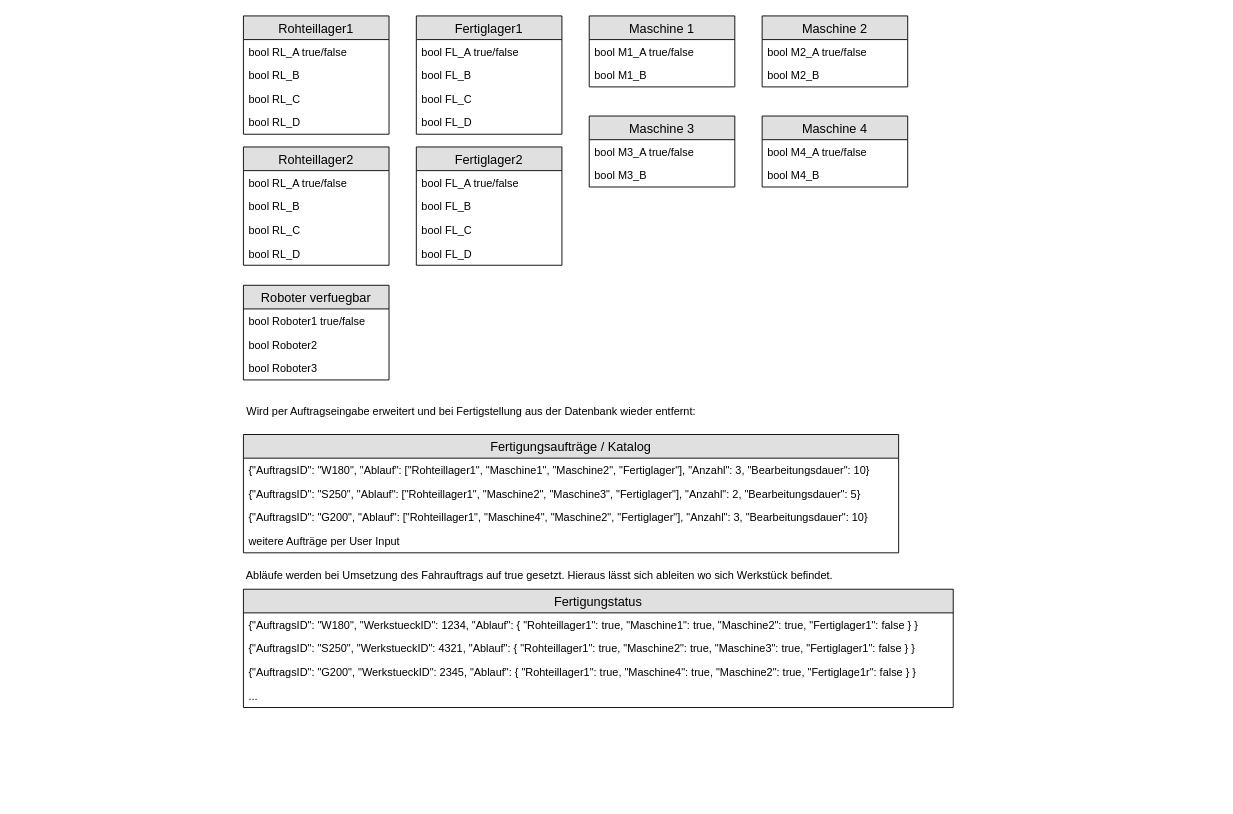
Earlier version of the draw.io diagram page "Page-2" (2 of 2) of Planung/ER_diagramme.drawio (Nuramon4/Gewerk1). Source tidied: cells renumbered, new cells numbered last; positions are measured from the earlier drawing's top-left corner, leaving out a move shared by most shapes. Both pictures are drawn from the tidied source at 91%, with x=0, y=0 at pixel (234, 15).
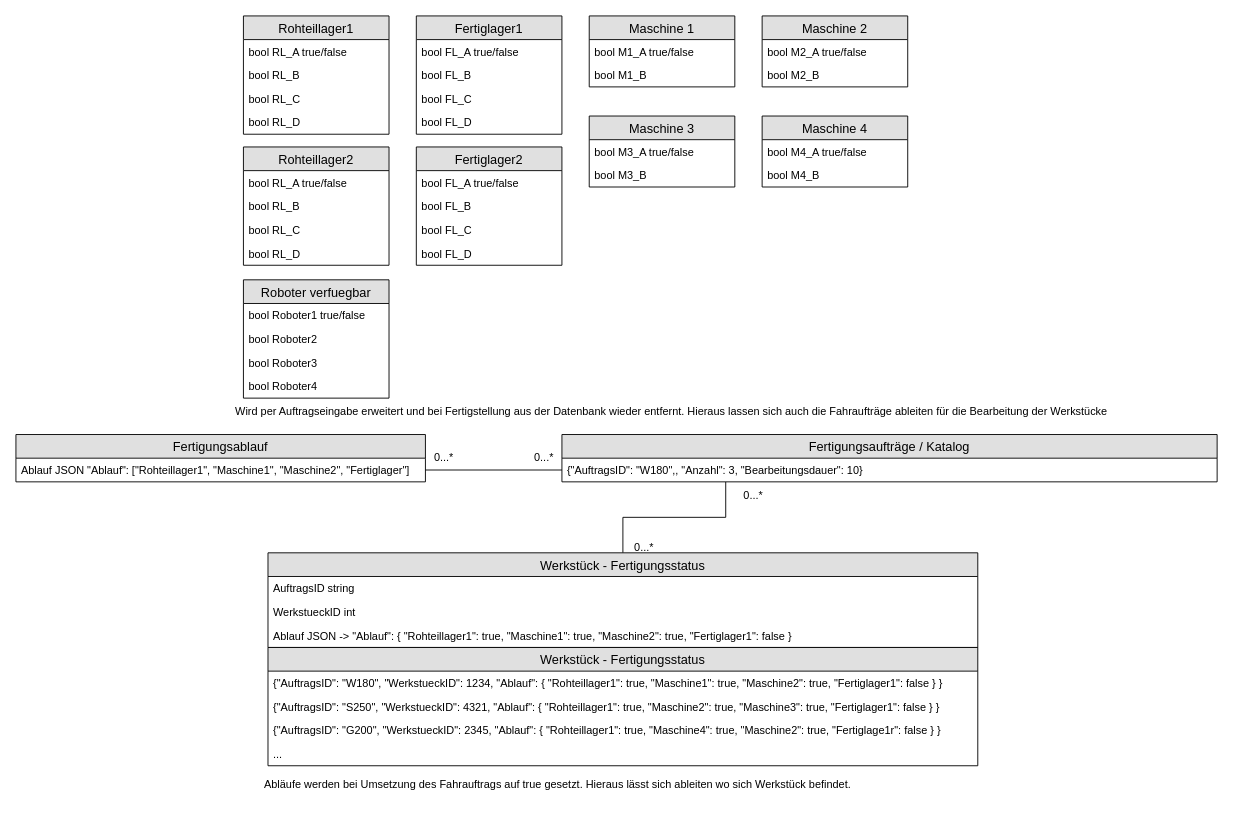
The same diagram, later.

What changed in the source:
```diff
@@
     <mxCell id="24" value="Roboter verfuegbar" style="swimlane;fontStyle=0;horizontal=1;startSize=26;fillColor=#e0e0e0;swimlaneFillColor=#ffffff;align=center;fontSize=14;" parent="1" vertex="1">
-      <mxGeometry x="10" y="296" width="160" height="104" as="geometry" />
+      <mxGeometry x="10" y="290" width="160" height="130" as="geometry" />
     </mxCell>
@@
+    <mxCell id="50" value="bool Roboter4" style="text;strokeColor=none;fillColor=none;spacingLeft=4;spacingRight=4;overflow=hidden;fontSize=12;" parent="24" vertex="1">
+      <mxGeometry y="104" width="160" height="26" as="geometry" />
+    </mxCell>
+    <mxCell id="51" style="edgeStyle=orthogonalEdgeStyle;rounded=0;jettySize=auto;html=1;exitX=0.25;exitY=1;exitDx=0;exitDy=0;entryX=0.5;entryY=0;entryDx=0;entryDy=0;endArrow=none;endFill=0;" parent="1" edge="1" source="28" target="44">
+      <mxGeometry relative="1" as="geometry" />
+    </mxCell>
     <mxCell id="28" value="Fertigungsaufträge / Katalog" style="swimlane;fontStyle=0;horizontal=1;startSize=26;fillColor=#e0e0e0;swimlaneFillColor=#ffffff;align=center;fontSize=14;" parent="1" vertex="1">
-      <mxGeometry x="10" y="460" width="720" height="130" as="geometry" />
+      <mxGeometry x="360" y="460" width="720" height="52" as="geometry" />
     </mxCell>
-    <mxCell id="29" value="{&quot;AuftragsID&quot;: &quot;W180&quot;, &quot;Ablauf&quot;: [&quot;Rohteillager1&quot;, &quot;Maschine1&quot;, &quot;Maschine2&quot;, &quot;Fertiglager&quot;], &quot;Anzahl&quot;: 3, &quot;Bearbeitungsdauer&quot;: 10}" style="text;strokeColor=none;fillColor=none;spacingLeft=4;spacingRight=4;overflow=hidden;points=[[0,0.5],[1,0.5]];portConstraint=eastwest;fontSize=12;" parent="28" vertex="1">
+    <mxCell id="29" value="{&quot;AuftragsID&quot;: &quot;W180&quot;,, &quot;Anzahl&quot;: 3, &quot;Bearbeitungsdauer&quot;: 10}" style="text;strokeColor=none;fillColor=none;spacingLeft=4;spacingRight=4;overflow=hidden;points=[[0,0.5],[1,0.5]];portConstraint=eastwest;fontSize=12;" parent="28" vertex="1">
       <mxGeometry y="26" width="720" height="26" as="geometry" />
     </mxCell>
-    <mxCell id="30" value="{&quot;AuftragsID&quot;: &quot;S250&quot;, &quot;Ablauf&quot;: [&quot;Rohteillager1&quot;, &quot;Maschine2&quot;, &quot;Maschine3&quot;, &quot;Fertiglager&quot;], &quot;Anzahl&quot;: 2, &quot;Bearbeitungsdauer&quot;: 5}" style="text;strokeColor=none;fillColor=none;spacingLeft=4;spacingRight=4;overflow=hidden;fontSize=12;" parent="28" vertex="1">
-      <mxGeometry y="52" width="720" height="26" as="geometry" />
-    </mxCell>
-    <mxCell id="31" value="{&quot;AuftragsID&quot;: &quot;G200&quot;, &quot;Ablauf&quot;: [&quot;Rohteillager1&quot;, &quot;Maschine4&quot;, &quot;Maschine2&quot;, &quot;Fertiglager&quot;], &quot;Anzahl&quot;: 3, &quot;Bearbeitungsdauer&quot;: 10}" style="text;strokeColor=none;fillColor=none;spacingLeft=4;spacingRight=4;overflow=hidden;fontSize=12;" parent="28" vertex="1">
-      <mxGeometry y="78" width="720" height="26" as="geometry" />
-    </mxCell>
-    <mxCell id="32" value="weitere Aufträge per User Input" style="text;strokeColor=none;fillColor=none;spacingLeft=4;spacingRight=4;overflow=hidden;fontSize=12;" parent="28" vertex="1">
-      <mxGeometry y="104" width="720" height="26" as="geometry" />
-    </mxCell>
-    <mxCell id="33" value="Wird per Auftragseingabe erweitert und bei Fertigstellung aus der Datenbank wieder entfernt:" style="text;html=1;align=center;verticalAlign=middle;strokeColor=none;fillColor=none;" parent="1" vertex="1">
-      <mxGeometry y="420" width="520" height="30" as="geometry" />
+    <mxCell id="33" value="Wird per Auftragseingabe erweitert und bei Fertigstellung aus der Datenbank wieder entfernt. Hieraus lassen sich auch die Fahraufträge ableiten für die Bearbeitung der Werkstücke" style="text;html=1;align=center;verticalAlign=middle;strokeColor=none;fillColor=none;" parent="1" vertex="1">
+      <mxGeometry x="-10" y="420" width="980" height="30" as="geometry" />
     </mxCell>
@@
-    <mxCell id="44" value="Fertigungstatus" style="swimlane;fontStyle=0;horizontal=1;startSize=26;fillColor=#e0e0e0;swimlaneFillColor=#ffffff;align=center;fontSize=14;" parent="1" vertex="1">
-      <mxGeometry x="10" y="630" width="780" height="130" as="geometry" />
+    <mxCell id="44" value="Werkstück - Fertigungsstatus" style="swimlane;fontStyle=0;horizontal=1;startSize=26;fillColor=#e0e0e0;swimlaneFillColor=#ffffff;align=center;fontSize=14;" parent="1" vertex="1">
+      <mxGeometry x="37" y="590" width="780" height="104" as="geometry" />
     </mxCell>
-    <mxCell id="45" value="{&quot;AuftragsID&quot;: &quot;W180&quot;, &quot;WerkstueckID&quot;: 1234, &quot;Ablauf&quot;: { &quot;Rohteillager1&quot;: true, &quot;Maschine1&quot;: true, &quot;Maschine2&quot;: true, &quot;Fertiglager1&quot;: false } }" style="text;strokeColor=none;fillColor=none;spacingLeft=4;spacingRight=4;overflow=hidden;fontSize=12;" parent="44" vertex="1">
+    <mxCell id="45" value="AuftragsID string" style="text;strokeColor=none;fillColor=none;spacingLeft=4;spacingRight=4;overflow=hidden;fontSize=12;" parent="44" vertex="1">
       <mxGeometry y="26" width="780" height="26" as="geometry" />
     </mxCell>
-    <mxCell id="46" value="{&quot;AuftragsID&quot;: &quot;S250&quot;, &quot;WerkstueckID&quot;: 4321, &quot;Ablauf&quot;: { &quot;Rohteillager1&quot;: true, &quot;Maschine2&quot;: true, &quot;Maschine3&quot;: true, &quot;Fertiglager1&quot;: false } }" style="text;strokeColor=none;fillColor=none;spacingLeft=4;spacingRight=4;overflow=hidden;fontSize=12;" parent="44" vertex="1">
+    <mxCell id="46" value="WerkstueckID int" style="text;strokeColor=none;fillColor=none;spacingLeft=4;spacingRight=4;overflow=hidden;fontSize=12;" parent="44" vertex="1">
       <mxGeometry y="52" width="780" height="26" as="geometry" />
     </mxCell>
-    <mxCell id="47" value="{&quot;AuftragsID&quot;: &quot;G200&quot;, &quot;WerkstueckID&quot;: 2345, &quot;Ablauf&quot;: { &quot;Rohteillager1&quot;: true, &quot;Maschine4&quot;: true, &quot;Maschine2&quot;: true, &quot;Fertiglage1r&quot;: false } }" style="text;strokeColor=none;fillColor=none;spacingLeft=4;spacingRight=4;overflow=hidden;fontSize=12;" parent="44" vertex="1">
+    <mxCell id="47" value="Ablauf JSON -&gt; &quot;Ablauf&quot;: { &quot;Rohteillager1&quot;: true, &quot;Maschine1&quot;: true, &quot;Maschine2&quot;: true, &quot;Fertiglager1&quot;: false }" style="text;strokeColor=none;fillColor=none;spacingLeft=4;spacingRight=4;overflow=hidden;fontSize=12;" parent="44" vertex="1">
       <mxGeometry y="78" width="780" height="26" as="geometry" />
     </mxCell>
+    <mxCell id="49" value="Abläufe werden bei Umsetzung des Fahrauftrags auf true gesetzt. Hieraus lässt sich ableiten wo sich Werkstück befindet." style="text;html=1;align=center;verticalAlign=middle;strokeColor=none;fillColor=none;" parent="1" vertex="1">
+      <mxGeometry x="20" y="830" width="670" height="30" as="geometry" />
+    </mxCell>
+    <mxCell id="52" value="Fertigungsablauf" style="swimlane;fontStyle=0;horizontal=1;startSize=26;fillColor=#e0e0e0;swimlaneFillColor=#ffffff;align=center;fontSize=14;" parent="1" vertex="1">
+      <mxGeometry x="-240" y="460" width="450" height="52" as="geometry" />
+    </mxCell>
+    <mxCell id="53" value="Ablauf JSON &quot;Ablauf&quot;: [&quot;Rohteillager1&quot;, &quot;Maschine1&quot;, &quot;Maschine2&quot;, &quot;Fertiglager&quot;]" style="text;strokeColor=none;fillColor=none;spacingLeft=4;spacingRight=4;overflow=hidden;points=[[0,0.5],[1,0.5]];portConstraint=eastwest;fontSize=12;" parent="52" vertex="1">
+      <mxGeometry y="26" width="450" height="26" as="geometry" />
+    </mxCell>
+    <mxCell id="54" style="edgeStyle=orthogonalEdgeStyle;rounded=0;jettySize=auto;html=1;exitX=0;exitY=0.5;exitDx=0;exitDy=0;entryX=1;entryY=0.5;entryDx=0;entryDy=0;endArrow=none;endFill=0;" parent="1" edge="1" source="29" target="53">
+      <mxGeometry relative="1" as="geometry" />
+    </mxCell>
+    <mxCell id="55" value="0...*" style="text;html=1;align=center;verticalAlign=middle;strokeColor=none;fillColor=none;" parent="1" vertex="1">
+      <mxGeometry x="210" y="471" width="40" height="30" as="geometry" />
+    </mxCell>
+    <mxCell id="56" value="0...*" style="text;html=1;align=center;verticalAlign=middle;strokeColor=none;fillColor=none;" parent="1" vertex="1">
+      <mxGeometry x="320" y="471" width="40" height="30" as="geometry" />
+    </mxCell>
+    <mxCell id="57" value="Werkstück - Fertigungsstatus" style="swimlane;fontStyle=0;horizontal=1;startSize=26;fillColor=#e0e0e0;swimlaneFillColor=#ffffff;align=center;fontSize=14;" parent="1" vertex="1">
+      <mxGeometry x="37" y="694" width="780" height="130" as="geometry" />
+    </mxCell>
+    <mxCell id="58" value="{&quot;AuftragsID&quot;: &quot;W180&quot;, &quot;WerkstueckID&quot;: 1234, &quot;Ablauf&quot;: { &quot;Rohteillager1&quot;: true, &quot;Maschine1&quot;: true, &quot;Maschine2&quot;: true, &quot;Fertiglager1&quot;: false } }" style="text;strokeColor=none;fillColor=none;spacingLeft=4;spacingRight=4;overflow=hidden;fontSize=12;" parent="57" vertex="1">
+      <mxGeometry y="26" width="780" height="26" as="geometry" />
+    </mxCell>
+    <mxCell id="59" value="{&quot;AuftragsID&quot;: &quot;S250&quot;, &quot;WerkstueckID&quot;: 4321, &quot;Ablauf&quot;: { &quot;Rohteillager1&quot;: true, &quot;Maschine2&quot;: true, &quot;Maschine3&quot;: true, &quot;Fertiglager1&quot;: false } }" style="text;strokeColor=none;fillColor=none;spacingLeft=4;spacingRight=4;overflow=hidden;fontSize=12;" parent="57" vertex="1">
+      <mxGeometry y="52" width="780" height="26" as="geometry" />
+    </mxCell>
+    <mxCell id="60" value="{&quot;AuftragsID&quot;: &quot;G200&quot;, &quot;WerkstueckID&quot;: 2345, &quot;Ablauf&quot;: { &quot;Rohteillager1&quot;: true, &quot;Maschine4&quot;: true, &quot;Maschine2&quot;: true, &quot;Fertiglage1r&quot;: false } }" style="text;strokeColor=none;fillColor=none;spacingLeft=4;spacingRight=4;overflow=hidden;fontSize=12;" parent="57" vertex="1">
+      <mxGeometry y="78" width="780" height="26" as="geometry" />
+    </mxCell>
-    <mxCell id="48" value="..." style="text;strokeColor=none;fillColor=none;spacingLeft=4;spacingRight=4;overflow=hidden;fontSize=12;" parent="44" vertex="1">
+    <mxCell id="48" value="..." style="text;strokeColor=none;fillColor=none;spacingLeft=4;spacingRight=4;overflow=hidden;fontSize=12;" parent="57" vertex="1">
       <mxGeometry y="104" width="780" height="26" as="geometry" />
     </mxCell>
-    <mxCell id="49" value="Abläufe werden bei Umsetzung des Fahrauftrags auf true gesetzt. Hieraus lässt sich ableiten wo sich Werkstück befindet." style="text;html=1;align=center;verticalAlign=middle;strokeColor=none;fillColor=none;" parent="1" vertex="1">
-      <mxGeometry y="600" width="670" height="30" as="geometry" />
-    </mxCell>
+    <mxCell id="61" value="0...*" style="text;html=1;align=center;verticalAlign=middle;strokeColor=none;fillColor=none;" parent="1" vertex="1">
+      <mxGeometry x="430" y="570" width="40" height="30" as="geometry" />
+    </mxCell>
+    <mxCell id="62" value="0...*" style="text;html=1;align=center;verticalAlign=middle;strokeColor=none;fillColor=none;" parent="1" vertex="1">
+      <mxGeometry x="550" y="512" width="40" height="30" as="geometry" />
+    </mxCell>
```
